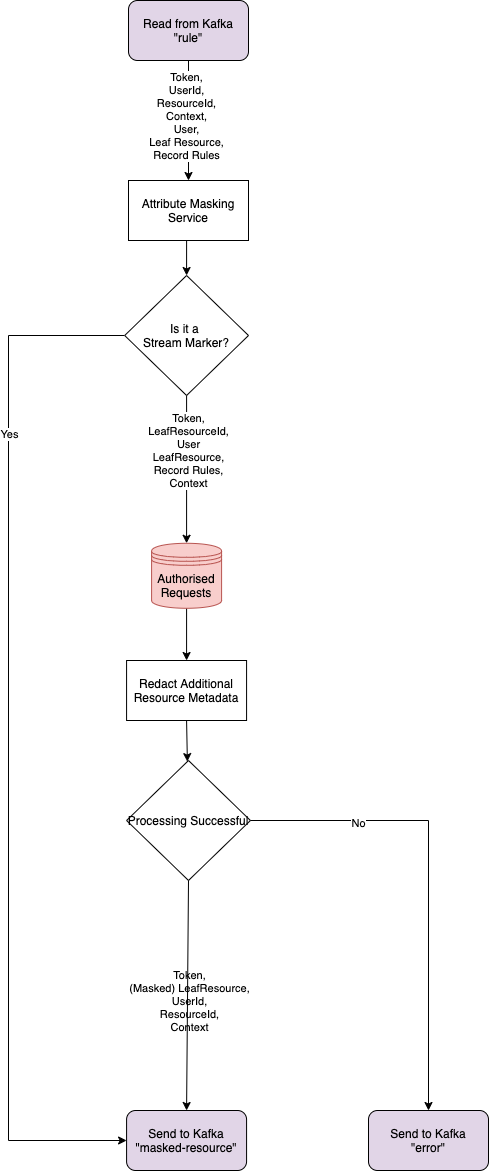
Before: attribute-masking-service/doc/attribute-masking-service.png, a diagram exported from draw.io (gchq/Palisade-services). Source tidied: cells renumbered, new cells last; positions are measured from the earlier drawing's top-left corner, leaving out a move shared by most shapes.
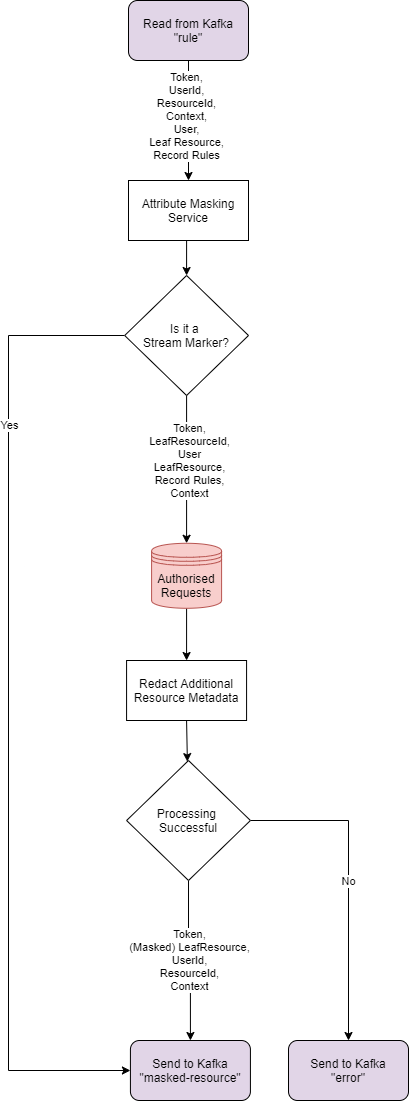
The same file after the commit.

Change to the diagram source:
```diff
@@ -23,7 +23,7 @@
       <mxGeometry relative="1" as="geometry">
         <Array as="points">
           <mxPoint y="335" />
-          <mxPoint y="1140" />
+          <mxPoint y="1070" />
         </Array>
       </mxGeometry>
     </mxCell>
@@ -36,13 +36,15 @@
       <mxGeometry relative="1" as="geometry" />
     </mxCell>
     <mxCell id="10" value="Token,&lt;br&gt;LeafResourceId,&lt;br&gt;User&lt;br&gt;LeafResource,&lt;br&gt;Record Rules,&lt;br&gt;Context" style="edgeLabel;html=1;align=center;verticalAlign=middle;" parent="9" vertex="1">
-      <mxGeometry x="-0.26" y="1" relative="1" as="geometry" />
+      <mxGeometry x="-0.26" y="1" relative="1" as="geometry">
+        <mxPoint x="1" y="10" as="offset" />
+      </mxGeometry>
     </mxCell>
     <mxCell id="11" value="Is it a &lt;br&gt;Stream Marker?" style="rhombus;whiteSpace=wrap;html=1;" parent="1" vertex="1">
       <mxGeometry x="116.2" y="275" width="123.8" height="120" as="geometry" />
     </mxCell>
     <mxCell id="12" value="&lt;div&gt;Send to Kafka&lt;/div&gt;&lt;div&gt;&quot;masked-resource&quot;&lt;br&gt;&lt;/div&gt;" style="rounded=1;whiteSpace=wrap;html=1;fillColor=#E1D5E7;" parent="1" vertex="1">
-      <mxGeometry x="118.1" y="1110" width="120" height="60" as="geometry" />
+      <mxGeometry x="121.9" y="1040" width="120" height="60" as="geometry" />
     </mxCell>
     <mxCell id="13" value="Redact Additional Resource Metadata" style="rounded=0;whiteSpace=wrap;html=1;" parent="1" vertex="1">
       <mxGeometry x="118.1" y="660" width="120" height="60" as="geometry" />
@@ -53,30 +55,18 @@
     <mxCell id="15" value="Authorised Requests" style="shape=datastore;whiteSpace=wrap;html=1;fillColor=#f8cecc;strokeColor=#b85450;" parent="1" vertex="1">
       <mxGeometry x="143.1" y="542.8" width="70" height="65" as="geometry" />
     </mxCell>
+    <mxCell id="21" value="No" style="edgeStyle=orthogonalEdgeStyle;rounded=0;jettySize=auto;html=1;exitX=1;exitY=0.5;exitDx=0;exitDy=0;entryX=0.5;entryY=0;entryDx=0;entryDy=0;" parent="1" edge="1" source="16" target="17">
+      <mxGeometry relative="1" as="geometry" />
+    </mxCell>
+    <mxCell id="18" value="&lt;span style=&quot;color: rgb(0 , 0 , 0) ; font-family: &amp;#34;helvetica&amp;#34; ; font-size: 11px ; font-style: normal ; font-weight: 400 ; letter-spacing: normal ; text-align: center ; text-indent: 0px ; text-transform: none ; word-spacing: 0px ; background-color: rgb(255 , 255 , 255) ; display: inline ; float: none&quot;&gt;Token,&lt;/span&gt;&lt;br style=&quot;color: rgb(0 , 0 , 0) ; font-family: &amp;#34;helvetica&amp;#34; ; font-size: 11px ; font-style: normal ; font-weight: 400 ; letter-spacing: normal ; text-align: center ; text-indent: 0px ; text-transform: none ; word-spacing: 0px&quot;&gt;&lt;span style=&quot;color: rgb(0 , 0 , 0) ; font-family: &amp;#34;helvetica&amp;#34; ; font-size: 11px ; font-style: normal ; font-weight: 400 ; letter-spacing: normal ; text-align: center ; text-indent: 0px ; text-transform: none ; word-spacing: 0px ; background-color: rgb(255 , 255 , 255) ; display: inline ; float: none&quot;&gt;(Masked) LeafResource,&lt;/span&gt;&lt;br style=&quot;color: rgb(0 , 0 , 0) ; font-family: &amp;#34;helvetica&amp;#34; ; font-size: 11px ; font-style: normal ; font-weight: 400 ; letter-spacing: normal ; text-align: center ; text-indent: 0px ; text-transform: none ; word-spacing: 0px&quot;&gt;&lt;span style=&quot;color: rgb(0 , 0 , 0) ; font-family: &amp;#34;helvetica&amp;#34; ; font-size: 11px ; font-style: normal ; font-weight: 400 ; letter-spacing: normal ; text-align: center ; text-indent: 0px ; text-transform: none ; word-spacing: 0px ; background-color: rgb(255 , 255 , 255) ; display: inline ; float: none&quot;&gt;UserId,&lt;/span&gt;&lt;br style=&quot;color: rgb(0 , 0 , 0) ; font-family: &amp;#34;helvetica&amp;#34; ; font-size: 11px ; font-style: normal ; font-weight: 400 ; letter-spacing: normal ; text-align: center ; text-indent: 0px ; text-transform: none ; word-spacing: 0px&quot;&gt;&lt;span style=&quot;color: rgb(0 , 0 , 0) ; font-family: &amp;#34;helvetica&amp;#34; ; font-size: 11px ; font-style: normal ; font-weight: 400 ; letter-spacing: normal ; text-align: center ; text-indent: 0px ; text-transform: none ; word-spacing: 0px ; background-color: rgb(255 , 255 , 255) ; display: inline ; float: none&quot;&gt;ResourceId,&lt;/span&gt;&lt;br style=&quot;color: rgb(0 , 0 , 0) ; font-family: &amp;#34;helvetica&amp;#34; ; font-size: 11px ; font-style: normal ; font-weight: 400 ; letter-spacing: normal ; text-align: center ; text-indent: 0px ; text-transform: none ; word-spacing: 0px&quot;&gt;&lt;span style=&quot;color: rgb(0 , 0 , 0) ; font-family: &amp;#34;helvetica&amp;#34; ; font-size: 11px ; font-style: normal ; font-weight: 400 ; letter-spacing: normal ; text-align: center ; text-indent: 0px ; text-transform: none ; word-spacing: 0px ; background-color: rgb(255 , 255 , 255) ; display: inline ; float: none&quot;&gt;Context&lt;/span&gt;" style="edgeStyle=orthogonalEdgeStyle;rounded=0;jettySize=auto;html=1;exitX=0.5;exitY=1;exitDx=0;exitDy=0;entryX=0.5;entryY=0;entryDx=0;entryDy=0;" parent="1" edge="1" source="16" target="12">
+      <mxGeometry relative="1" as="geometry" />
+    </mxCell>
-    <mxCell id="16" value="Processing Successful" style="rhombus;whiteSpace=wrap;html=1;" parent="1" vertex="1">
+    <mxCell id="16" value="Processing &lt;br&gt;Successful" style="rhombus;whiteSpace=wrap;html=1;" parent="1" vertex="1">
       <mxGeometry x="118.1" y="760" width="123.8" height="120" as="geometry" />
     </mxCell>
     <mxCell id="17" value="&lt;div&gt;Send to Kafka&lt;/div&gt;&lt;div&gt;&quot;error&quot;&lt;br&gt;&lt;/div&gt;" style="rounded=1;whiteSpace=wrap;html=1;fillColor=#E1D5E7;" parent="1" vertex="1">
-      <mxGeometry x="360" y="1110" width="120" height="60" as="geometry" />
+      <mxGeometry x="280" y="1040" width="120" height="60" as="geometry" />
     </mxCell>
-    <mxCell id="18" value="Token,&lt;br&gt;(Masked) LeafResource,&lt;br&gt;UserId,&lt;br&gt;ResourceId,&lt;br&gt;Context" style="edgeLabel;html=1;align=center;verticalAlign=middle;" parent="1" vertex="1">
-      <mxGeometry x="180" y="1000" as="geometry" />
-    </mxCell>
-    <mxCell id="19" style="endArrow=classic;html=1;exitX=0.5;exitY=1;exitDx=0;exitDy=0;entryX=0.5;entryY=0;entryDx=0;entryDy=0;" parent="1" edge="1" source="16" target="12">
-      <mxGeometry relative="1" as="geometry" />
-    </mxCell>
-    <mxCell id="20" style="endArrow=classic;html=1;exitX=1;exitY=0.5;exitDx=0;exitDy=0;entryX=0.5;entryY=0;entryDx=0;entryDy=0;rounded=0;" parent="1" edge="1" source="16" target="17">
-      <mxGeometry relative="1" as="geometry">
-        <Array as="points">
-          <mxPoint x="420" y="820" />
-        </Array>
-      </mxGeometry>
-    </mxCell>
-    <mxCell id="21" value="No" style="edgeLabel;html=1;align=center;verticalAlign=middle;" parent="1" vertex="1">
-      <mxGeometry x="530" y="490" as="geometry">
-        <mxPoint x="-181" y="332" as="offset" />
-      </mxGeometry>
-    </mxCell>
     <mxCell id="22" style="endArrow=classic;html=1;exitX=0.5;exitY=1;exitDx=0;exitDy=0;" parent="1" edge="1" source="13" target="16">
       <mxGeometry relative="1" as="geometry" />
     </mxCell>
```
